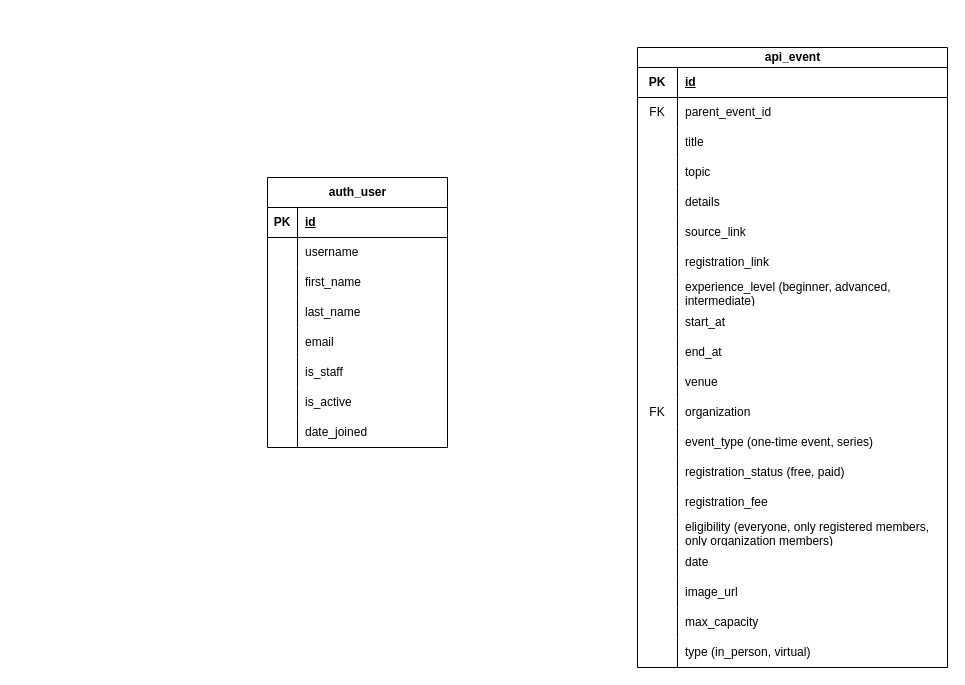
Above: page "Registration" (4 of 4) of 2Gether.drawio in RHILIUS/drawio (draw.io), before the change. Source tidied: cells renumbered, new cells numbered last; positions are measured from the earlier drawing's top-left corner, leaving out a move shared by most shapes. Both pictures are drawn from the tidied source at 100%, with x=0, y=0 at pixel (267, 47).
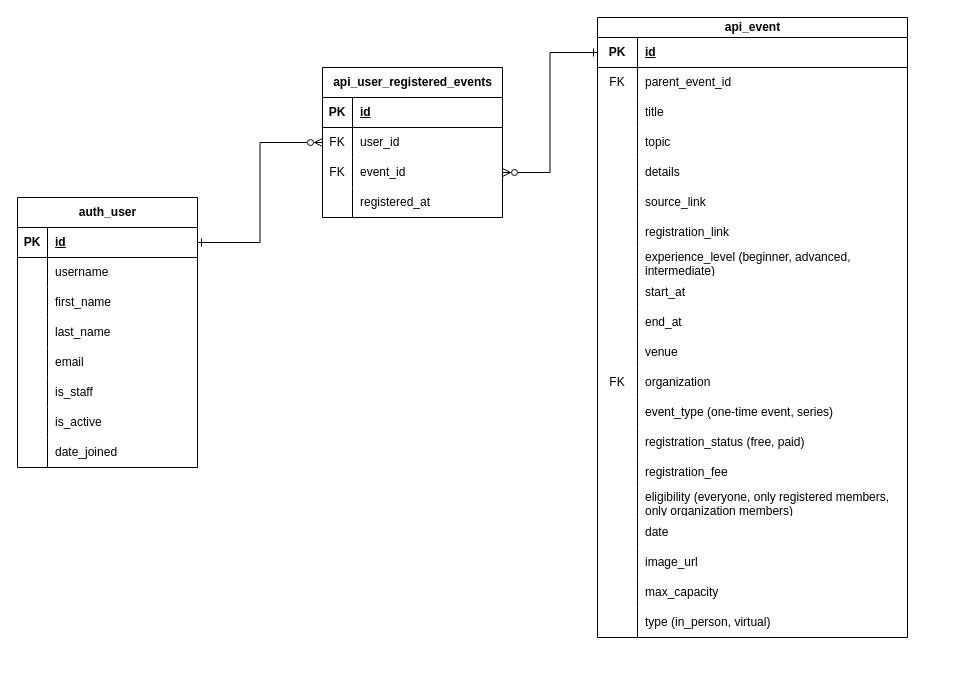
The same page after the edit.

Commit message:
add user_registered_events entity

The change refers to these unchanged cells:
```xml
<mxCell id="3" style="shape=tableRow;horizontal=0;startSize=0;swimlaneHead=0;swimlaneBody=0;fillColor=none;points=[[0,0.5],[1,0.5]];portConstraint=eastwest;top=0;left=0;right=0;bottom=1;" parent="2" vertex="1">
  <mxGeometry y="30" width="180" height="30" as="geometry" />
</mxCell>
<mxCell id="28" style="shape=tableRow;horizontal=0;startSize=0;swimlaneHead=0;swimlaneBody=0;fillColor=none;points=[[0,0.5],[1,0.5]];portConstraint=eastwest;top=0;left=0;right=0;bottom=1;" parent="27" vertex="1">
  <mxGeometry y="20" width="310" height="30" as="geometry" />
</mxCell>
```

What changed in the source:
```diff
@@
     <mxCell id="2" value="auth_user" style="shape=table;startSize=30;childLayout=tableLayout;rowLines=0;fontStyle=1;align=center;html=1;" parent="1" vertex="1">
-      <mxGeometry y="130" width="180" height="270" as="geometry" />
+      <mxGeometry x="-250" y="150" width="180" height="270" as="geometry" />
     </mxCell>
@@
     <mxCell id="27" value="api_event" style="shape=table;startSize=20;childLayout=tableLayout;rowLines=0;fontStyle=1;align=center;html=1;" parent="1" vertex="1">
-      <mxGeometry x="370" width="310" height="620" as="geometry" />
+      <mxGeometry x="330" y="-30" width="310" height="620" as="geometry" />
     </mxCell>
@@
+    <mxCell id="88" value="api_user_registered_events" style="shape=table;startSize=30;childLayout=tableLayout;rowLines=0;fontStyle=1;align=center;html=1;" parent="1" vertex="1">
+      <mxGeometry x="55" y="20" width="180" height="150" as="geometry" />
+    </mxCell>
+    <mxCell id="89" style="shape=tableRow;horizontal=0;startSize=0;swimlaneHead=0;swimlaneBody=0;fillColor=none;top=0;left=0;right=0;bottom=1;" parent="88" vertex="1">
+      <mxGeometry y="30" width="180" height="30" as="geometry" />
+    </mxCell>
+    <mxCell id="90" value="PK" style="shape=partialRectangle;fillColor=none;top=0;left=0;bottom=0;right=0;fontStyle=1;overflow=hidden;whiteSpace=wrap;html=1;" parent="89" vertex="1">
+      <mxGeometry width="30" height="30" as="geometry" />
+    </mxCell>
+    <mxCell id="91" value="id" style="shape=partialRectangle;fillColor=none;top=0;left=0;bottom=0;right=0;align=left;spacingLeft=6;fontStyle=5;overflow=hidden;whiteSpace=wrap;html=1;" parent="89" vertex="1">
+      <mxGeometry x="30" width="150" height="30" as="geometry" />
+    </mxCell>
+    <mxCell id="92" style="shape=tableRow;horizontal=0;startSize=0;swimlaneHead=0;swimlaneBody=0;fillColor=none;points=[[0,0.5],[1,0.5]];portConstraint=eastwest;top=0;left=0;right=0;bottom=0;" parent="88" vertex="1">
+      <mxGeometry y="60" width="180" height="30" as="geometry" />
+    </mxCell>
+    <mxCell id="93" value="FK" style="shape=partialRectangle;fillColor=none;top=0;left=0;bottom=0;right=0;overflow=hidden;whiteSpace=wrap;html=1;" parent="92" vertex="1">
+      <mxGeometry width="30" height="30" as="geometry" />
+    </mxCell>
+    <mxCell id="94" value="user_id" style="shape=partialRectangle;fillColor=none;top=0;left=0;bottom=0;right=0;align=left;spacingLeft=6;overflow=hidden;whiteSpace=wrap;html=1;" parent="92" vertex="1">
+      <mxGeometry x="30" width="150" height="30" as="geometry" />
+    </mxCell>
+    <mxCell id="95" style="shape=tableRow;horizontal=0;startSize=0;swimlaneHead=0;swimlaneBody=0;fillColor=none;points=[[0,0.5],[1,0.5]];portConstraint=eastwest;top=0;left=0;right=0;bottom=0;" parent="88" vertex="1">
+      <mxGeometry y="90" width="180" height="30" as="geometry" />
+    </mxCell>
+    <mxCell id="96" value="FK" style="shape=partialRectangle;fillColor=none;top=0;left=0;bottom=0;right=0;overflow=hidden;whiteSpace=wrap;html=1;" parent="95" vertex="1">
+      <mxGeometry width="30" height="30" as="geometry" />
+    </mxCell>
+    <mxCell id="97" value="event_id" style="shape=partialRectangle;fillColor=none;top=0;left=0;bottom=0;right=0;align=left;spacingLeft=6;overflow=hidden;whiteSpace=wrap;html=1;" parent="95" vertex="1">
+      <mxGeometry x="30" width="150" height="30" as="geometry" />
+    </mxCell>
+    <mxCell id="98" style="shape=tableRow;horizontal=0;startSize=0;swimlaneHead=0;swimlaneBody=0;fillColor=none;top=0;left=0;right=0;bottom=0;" parent="88" vertex="1">
+      <mxGeometry y="120" width="180" height="30" as="geometry" />
+    </mxCell>
+    <mxCell id="99" style="shape=partialRectangle;fillColor=none;top=0;left=0;bottom=0;right=0;overflow=hidden;whiteSpace=wrap;html=1;" parent="98" vertex="1">
+      <mxGeometry width="30" height="30" as="geometry" />
+    </mxCell>
+    <mxCell id="100" value="registered_at" style="shape=partialRectangle;fillColor=none;top=0;left=0;bottom=0;right=0;align=left;spacingLeft=6;overflow=hidden;whiteSpace=wrap;html=1;" parent="98" vertex="1">
+      <mxGeometry x="30" width="150" height="30" as="geometry" />
+    </mxCell>
+    <mxCell id="101" style="edgeStyle=orthogonalEdgeStyle;rounded=0;jettySize=auto;html=1;entryX=0;entryY=0.5;entryDx=0;entryDy=0;startArrow=ERone;startFill=0;endArrow=ERzeroToMany;endFill=0;" parent="1" edge="1" source="3" target="92">
+      <mxGeometry relative="1" as="geometry" />
+    </mxCell>
+    <mxCell id="102" style="edgeStyle=orthogonalEdgeStyle;rounded=0;jettySize=auto;html=1;entryX=1;entryY=0.5;entryDx=0;entryDy=0;endArrow=ERzeroToMany;endFill=0;startArrow=ERone;startFill=0;" parent="1" edge="1" source="28" target="95">
+      <mxGeometry relative="1" as="geometry" />
+    </mxCell>
```
